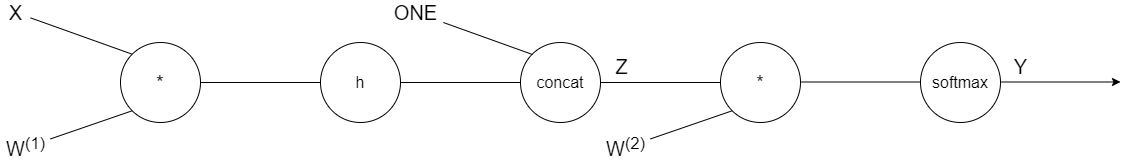
The draw.io diagram report/network_back.png in kristsam/classification_MLP, before a commit. Source tidied: cells renumbered, new cells last; positions are measured from the earlier drawing's top-left corner, leaving out a move shared by most shapes.
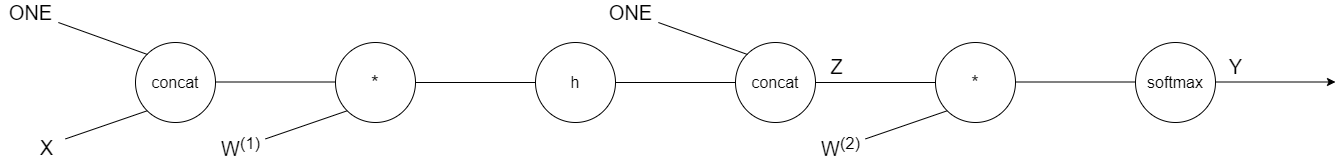
After the commit.

What changed in the source:
```diff
@@ -14,18 +14,12 @@
     <mxCell id="5" value="&lt;font style=&quot;font-size: 20px&quot;&gt;*&lt;/font&gt;" style="ellipse;whiteSpace=wrap;html=1;" parent="1" vertex="1">
       <mxGeometry x="120" y="40" width="80" height="80" as="geometry" />
     </mxCell>
-    <mxCell id="6" value="&lt;font style=&quot;font-size: 20px&quot;&gt;X&lt;/font&gt;" style="text;html=1;align=center;verticalAlign=middle;points=[];strokeColor=none;" parent="1" vertex="1">
-      <mxGeometry width="30" height="20" as="geometry" />
-    </mxCell>
     <mxCell id="7" value="&lt;font style=&quot;font-size: 20px&quot;&gt;W&lt;sup&gt;(1)&lt;/sup&gt;&lt;/font&gt;" style="text;html=1;align=center;verticalAlign=middle;points=[];strokeColor=none;" parent="1" vertex="1">
       <mxGeometry y="130" width="50" height="30" as="geometry" />
     </mxCell>
     <mxCell id="8" style="endArrow=none;html=1;entryX=0;entryY=1;entryDx=0;entryDy=0;" parent="1" edge="1" source="7" target="5">
       <mxGeometry relative="1" as="geometry" />
     </mxCell>
-    <mxCell id="9" style="endArrow=none;html=1;entryX=0;entryY=0;entryDx=0;entryDy=0;" parent="1" edge="1" source="6" target="5">
-      <mxGeometry relative="1" as="geometry" />
-    </mxCell>
     <mxCell id="10" style="endArrow=none;html=1;exitX=1;exitY=0.5;exitDx=0;exitDy=0;entryX=0;entryY=0.5;entryDx=0;entryDy=0;" parent="1" edge="1" source="2" target="17">
       <mxGeometry relative="1" as="geometry" />
     </mxCell>
@@ -74,5 +68,33 @@
     <mxCell id="21" value="&lt;span style=&quot;font-size: 20px&quot;&gt;ONE&lt;/span&gt;" style="text;html=1;align=center;verticalAlign=middle;points=[];strokeColor=none;" parent="1" vertex="1">
       <mxGeometry x="385" width="60" height="20" as="geometry" />
     </mxCell>
+    <mxCell id="22" value="&lt;font style=&quot;font-size: 16px&quot;&gt;concat&lt;/font&gt;" style="ellipse;whiteSpace=wrap;html=1;" parent="1" vertex="1">
+      <mxGeometry x="-80" y="40" width="80" height="80" as="geometry" />
+    </mxCell>
+    <mxCell id="23" style="endArrow=none;html=1;" parent="1" edge="1" source="24">
+      <mxGeometry relative="1" as="geometry">
+        <mxPoint x="-68" y="52" as="targetPoint" />
+      </mxGeometry>
+    </mxCell>
+    <mxCell id="24" value="&lt;span style=&quot;font-size: 20px&quot;&gt;ONE&lt;/span&gt;" style="text;html=1;align=center;verticalAlign=middle;points=[];strokeColor=none;" parent="1" vertex="1">
+      <mxGeometry x="-215" width="60" height="20" as="geometry" />
+    </mxCell>
+    <mxCell id="25" style="endArrow=none;html=1;exitX=1;exitY=0.5;exitDx=0;exitDy=0;entryX=0;entryY=0.5;entryDx=0;entryDy=0;" parent="1" edge="1">
+      <mxGeometry relative="1" as="geometry">
+        <mxPoint y="79.5" as="sourcePoint" />
+        <mxPoint x="120" y="79.5" as="targetPoint" />
+      </mxGeometry>
+    </mxCell>
+    <mxCell id="26" style="endArrow=none;html=1;entryX=0;entryY=1;entryDx=0;entryDy=0;" parent="1" edge="1">
+      <mxGeometry relative="1" as="geometry">
+        <mxPoint x="-150" y="136.4" as="sourcePoint" />
+        <mxPoint x="-68.3" y="108.3" as="targetPoint" />
+      </mxGeometry>
+    </mxCell>
+    <mxCell id="6" value="X" style="edgeLabel;html=1;align=center;verticalAlign=middle;points=[];fontSize=20;" parent="26" vertex="1">
+      <mxGeometry x="-0.47" y="-1" relative="1" as="geometry">
+        <mxPoint x="-42" y="15" as="offset" />
+      </mxGeometry>
+    </mxCell>
   </root>
 </mxGraphModel>
```
